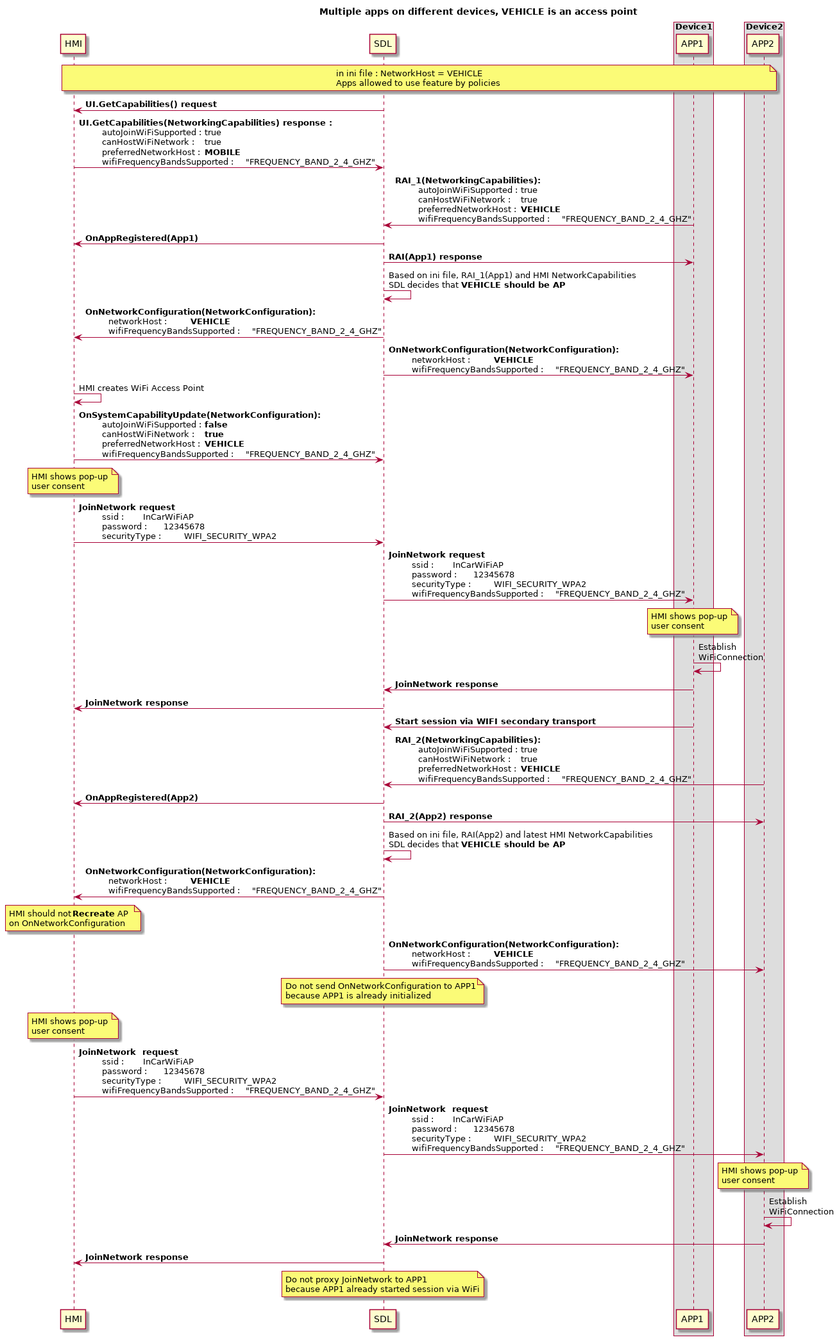
The PlantUML diagram assets/proposals/0245-sharing-wifi-ssid-and-password/vehicle_access_point_multidev.png in smartdevicelink/sdl_evolution, before a commit. Source of this version:
```plantuml
@startuml
!pragma teoz true

title Multiple apps on different devices, VEHICLE is an access point
participant HMI
participant SDL
box "Device1"
participant APP1
end box
box "Device2"
participant APP2
end box

note over HMI, APP2: in ini file : NetworkHost = VEHICLE \nApps allowed to use feature by policies

SDL -> HMI : <b>UI.GetCapabilities() request
HMI -> SDL : <b>UI.GetCapabilities(NetworkingCapabilities) response : \n\t autoJoinWiFiSupported : \t true \n\t canHostWiFiNetwork : \t true \n\t preferredNetworkHost : \t **MOBILE** \n\t wifiFrequencyBandsSupported : \t "FREQUENCY_BAND_2_4_GHZ"

APP1 -> SDL : <b>RAI_1(NetworkingCapabilities): \n\t autoJoinWiFiSupported : \t true \n\t canHostWiFiNetwork : \t true \n\t preferredNetworkHost : \t **VEHICLE** \n\t wifiFrequencyBandsSupported : \t "FREQUENCY_BAND_2_4_GHZ"

SDL -> HMI : <b>OnAppRegistered(App1)
SDL -> APP1 : <b>RAI(App1) response


SDL -> SDL : Based on ini file, RAI_1(App1) and HMI NetworkCapabilities\nSDL decides that **VEHICLE should be AP**

SDL -> HMI:  <b>OnNetworkConfiguration(NetworkConfiguration): \n\t networkHost : \t **VEHICLE** \n\t wifiFrequencyBandsSupported : \t "FREQUENCY_BAND_2_4_GHZ"

SDL -> APP1:  <b>OnNetworkConfiguration(NetworkConfiguration): \n\t networkHost : \t **VEHICLE** \n\t wifiFrequencyBandsSupported : \t "FREQUENCY_BAND_2_4_GHZ"


HMI -> HMI : HMI creates WiFi Access Point

HMI -> SDL:  <b>OnSystemCapabilityUpdate(NetworkConfiguration): \n\t autoJoinWiFiSupported : \t **false** \n\t canHostWiFiNetwork : \t **true**  \n\t preferredNetworkHost : \t **VEHICLE** \n\t wifiFrequencyBandsSupported : \t "FREQUENCY_BAND_2_4_GHZ"

note over HMI: HMI shows pop-up \nuser consent

HMI -> SDL: <b>JoinNetwork request\n\t ssid : \t InCarWiFiAP \n\t password : \t 12345678 \n\t securityType : \t WIFI_SECURITY_WPA2

SDL -> APP1: <b>JoinNetwork request\n\t ssid : \t InCarWiFiAP \n\t password : \t 12345678 \n\t securityType : \t WIFI_SECURITY_WPA2 \n\t wifiFrequencyBandsSupported : \t "FREQUENCY_BAND_2_4_GHZ"

note over APP1: HMI shows pop-up \nuser consent

APP1 -> APP1 : Establish  \nWiFiConnection

APP1 -> SDL : <b>JoinNetwork response
SDL -> HMI : <b>JoinNetwork response

APP1 -> SDL : <b>Start session via WIFI secondary transport

APP2 -> SDL : <b>RAI_2(NetworkingCapabilities): \n\t autoJoinWiFiSupported : \t true \n\t canHostWiFiNetwork : \t true \n\t preferredNetworkHost : \t **VEHICLE** \n\t wifiFrequencyBandsSupported : \t "FREQUENCY_BAND_2_4_GHZ"

SDL -> HMI : <b>OnAppRegistered(App2)
SDL -> APP2 : <b>RAI_2(App2) response

SDL -> SDL : Based on ini file, RAI(App2) and latest HMI NetworkCapabilities\nSDL decides that **VEHICLE should be AP**

SDL -> HMI:  <b>OnNetworkConfiguration(NetworkConfiguration): \n\t networkHost : \t **VEHICLE** \n\t wifiFrequencyBandsSupported : \t "FREQUENCY_BAND_2_4_GHZ"

note over HMI: HMI should not **Recreate** AP \non OnNetworkConfiguration

SDL -> APP2:  <b>OnNetworkConfiguration(NetworkConfiguration): \n\t networkHost : \t **VEHICLE** \n\t wifiFrequencyBandsSupported : \t "FREQUENCY_BAND_2_4_GHZ"

note over SDL: Do not send OnNetworkConfiguration to APP1 \nbecause APP1 is already initialized

note over HMI: HMI shows pop-up \nuser consent

HMI -> SDL: <b>JoinNetwork  request\n\t ssid : \t InCarWiFiAP \n\t password : \t 12345678 \n\t securityType : \t WIFI_SECURITY_WPA2 \n\t wifiFrequencyBandsSupported : \t "FREQUENCY_BAND_2_4_GHZ"


SDL -> APP2: <b>JoinNetwork  request\n\t ssid : \t InCarWiFiAP \n\t password : \t 12345678 \n\t securityType : \t WIFI_SECURITY_WPA2 \n\t wifiFrequencyBandsSupported : \t "FREQUENCY_BAND_2_4_GHZ"

note over APP2: HMI shows pop-up \nuser consent

APP2 -> APP2 : Establish  \nWiFiConnection


APP2 -> SDL : <b>JoinNetwork response
SDL -> HMI : <b>JoinNetwork response


note over SDL: Do not proxy JoinNetwork to APP1 \nbecause APP1 already started session via WiFi


@enduml
```
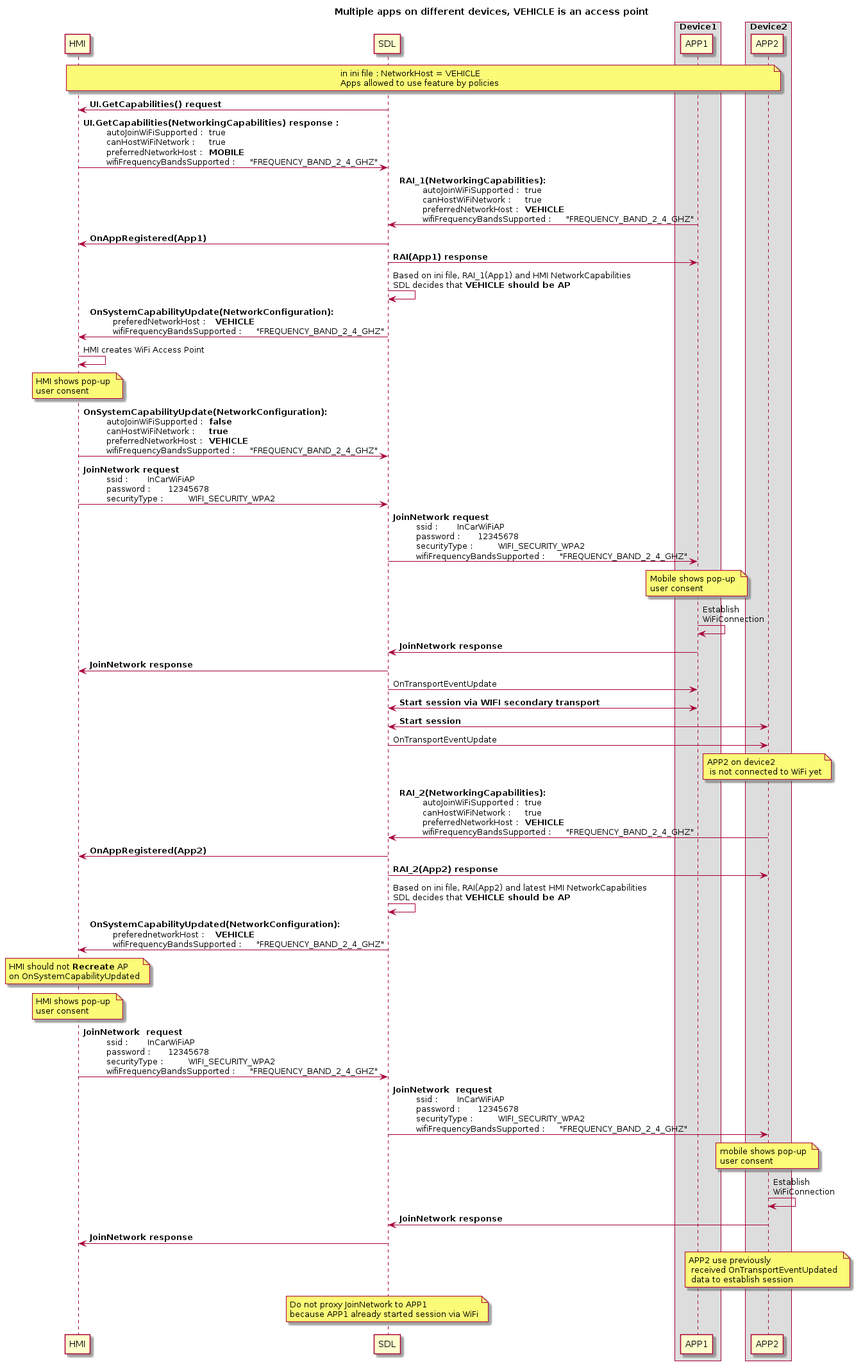
After the commit.

Change to the diagram source:
```diff
@@ -1,4 +1,4 @@
-@startuml
+@startuml ../assets/proposals/0245-sharing-wifi-ssid-and-password/vehicle_access_point_multidev
 !pragma teoz true
 
 title Multiple apps on different devices, VEHICLE is an access point
@@ -24,29 +24,32 @@
 
 SDL -> SDL : Based on ini file, RAI_1(App1) and HMI NetworkCapabilities\nSDL decides that **VEHICLE should be AP**
 
-SDL -> HMI:  <b>OnNetworkConfiguration(NetworkConfiguration): \n\t networkHost : \t **VEHICLE** \n\t wifiFrequencyBandsSupported : \t "FREQUENCY_BAND_2_4_GHZ"
-
-SDL -> APP1:  <b>OnNetworkConfiguration(NetworkConfiguration): \n\t networkHost : \t **VEHICLE** \n\t wifiFrequencyBandsSupported : \t "FREQUENCY_BAND_2_4_GHZ"
-
+SDL -> HMI:  <b>OnSystemCapabilityUpdate(NetworkConfiguration): \n\t preferedNetworkHost : \t **VEHICLE** \n\t wifiFrequencyBandsSupported : \t "FREQUENCY_BAND_2_4_GHZ"
 
 HMI -> HMI : HMI creates WiFi Access Point
 
+note over HMI: HMI shows pop-up \nuser consent
+
 HMI -> SDL:  <b>OnSystemCapabilityUpdate(NetworkConfiguration): \n\t autoJoinWiFiSupported : \t **false** \n\t canHostWiFiNetwork : \t **true**  \n\t preferredNetworkHost : \t **VEHICLE** \n\t wifiFrequencyBandsSupported : \t "FREQUENCY_BAND_2_4_GHZ"
-
-note over HMI: HMI shows pop-up \nuser consent
 
 HMI -> SDL: <b>JoinNetwork request\n\t ssid : \t InCarWiFiAP \n\t password : \t 12345678 \n\t securityType : \t WIFI_SECURITY_WPA2
 
 SDL -> APP1: <b>JoinNetwork request\n\t ssid : \t InCarWiFiAP \n\t password : \t 12345678 \n\t securityType : \t WIFI_SECURITY_WPA2 \n\t wifiFrequencyBandsSupported : \t "FREQUENCY_BAND_2_4_GHZ"
 
-note over APP1: HMI shows pop-up \nuser consent
+note over APP1: Mobile shows pop-up \nuser consent
 
 APP1 -> APP1 : Establish  \nWiFiConnection
 
 APP1 -> SDL : <b>JoinNetwork response
 SDL -> HMI : <b>JoinNetwork response
+SDL -> APP1 : OnTransportEventUpdate
 
-APP1 -> SDL : <b>Start session via WIFI secondary transport
+APP1 <-> SDL : <b>Start session via WIFI secondary transport
+
+APP2 <-> SDL : <b>Start session
+SDL -> APP2 : OnTransportEventUpdate
+
+note over APP2: APP2 on device2 \n is not connected to WiFi yet
 
 APP2 -> SDL : <b>RAI_2(NetworkingCapabilities): \n\t autoJoinWiFiSupported : \t true \n\t canHostWiFiNetwork : \t true \n\t preferredNetworkHost : \t **VEHICLE** \n\t wifiFrequencyBandsSupported : \t "FREQUENCY_BAND_2_4_GHZ"
 
@@ -55,13 +58,9 @@
 
 SDL -> SDL : Based on ini file, RAI(App2) and latest HMI NetworkCapabilities\nSDL decides that **VEHICLE should be AP**
 
-SDL -> HMI:  <b>OnNetworkConfiguration(NetworkConfiguration): \n\t networkHost : \t **VEHICLE** \n\t wifiFrequencyBandsSupported : \t "FREQUENCY_BAND_2_4_GHZ"
+SDL -> HMI:  <b>OnSystemCapabilityUpdated(NetworkConfiguration): \n\t preferednetworkHost : \t **VEHICLE** \n\t wifiFrequencyBandsSupported : \t "FREQUENCY_BAND_2_4_GHZ"
 
-note over HMI: HMI should not **Recreate** AP \non OnNetworkConfiguration
-
-SDL -> APP2:  <b>OnNetworkConfiguration(NetworkConfiguration): \n\t networkHost : \t **VEHICLE** \n\t wifiFrequencyBandsSupported : \t "FREQUENCY_BAND_2_4_GHZ"
-
-note over SDL: Do not send OnNetworkConfiguration to APP1 \nbecause APP1 is already initialized
+note over HMI: HMI should not **Recreate** AP \non OnSystemCapabilityUpdated
 
 note over HMI: HMI shows pop-up \nuser consent
 
@@ -70,16 +69,14 @@
 
 SDL -> APP2: <b>JoinNetwork  request\n\t ssid : \t InCarWiFiAP \n\t password : \t 12345678 \n\t securityType : \t WIFI_SECURITY_WPA2 \n\t wifiFrequencyBandsSupported : \t "FREQUENCY_BAND_2_4_GHZ"
 
-note over APP2: HMI shows pop-up \nuser consent
+note over APP2: mobile shows pop-up \nuser consent
 
 APP2 -> APP2 : Establish  \nWiFiConnection
 
-
 APP2 -> SDL : <b>JoinNetwork response
 SDL -> HMI : <b>JoinNetwork response
-
+note over APP2: APP2 use previously \n received OnTransportEventUpdated \n data to establish session
 
 note over SDL: Do not proxy JoinNetwork to APP1 \nbecause APP1 already started session via WiFi
 
-
 @enduml
```
